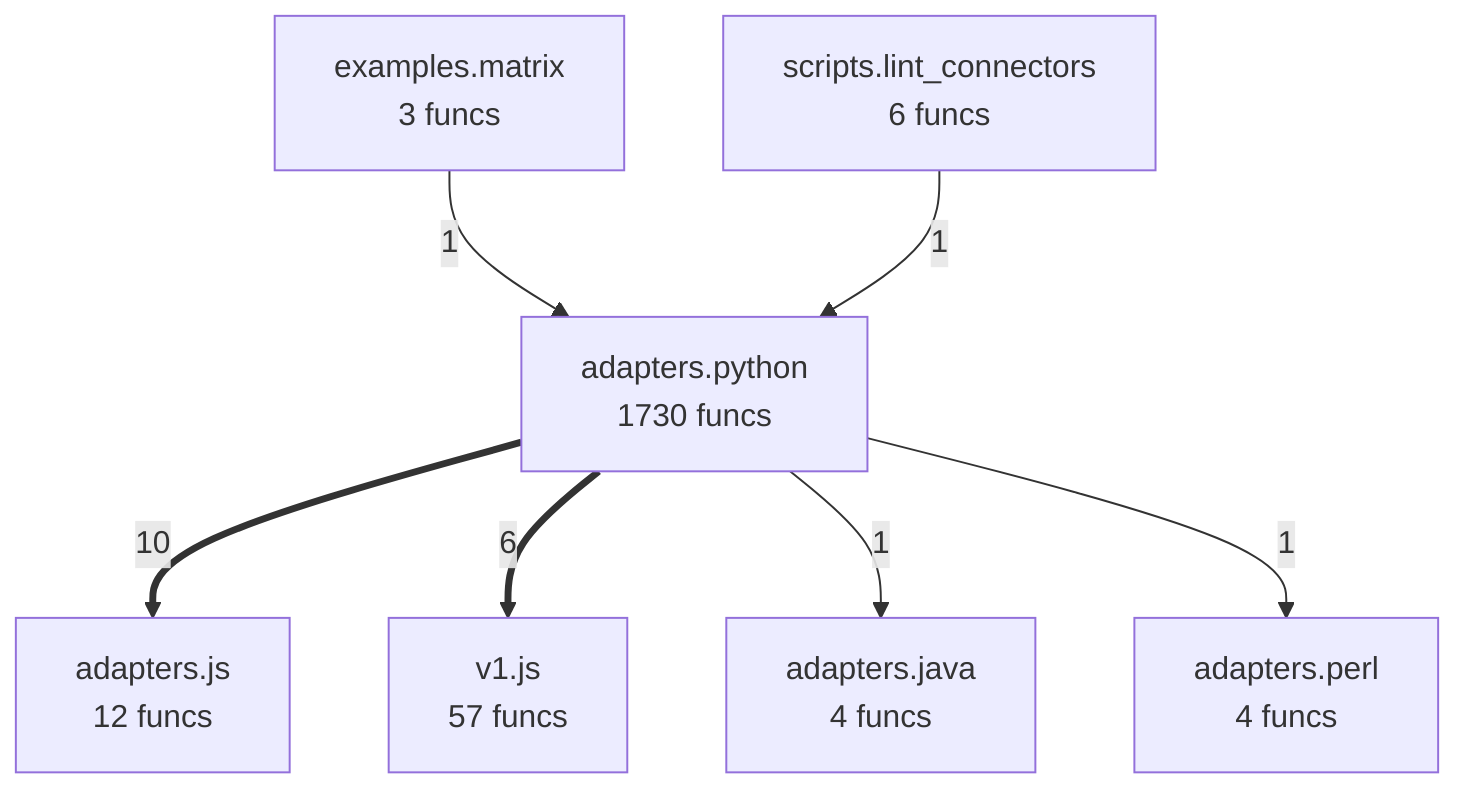
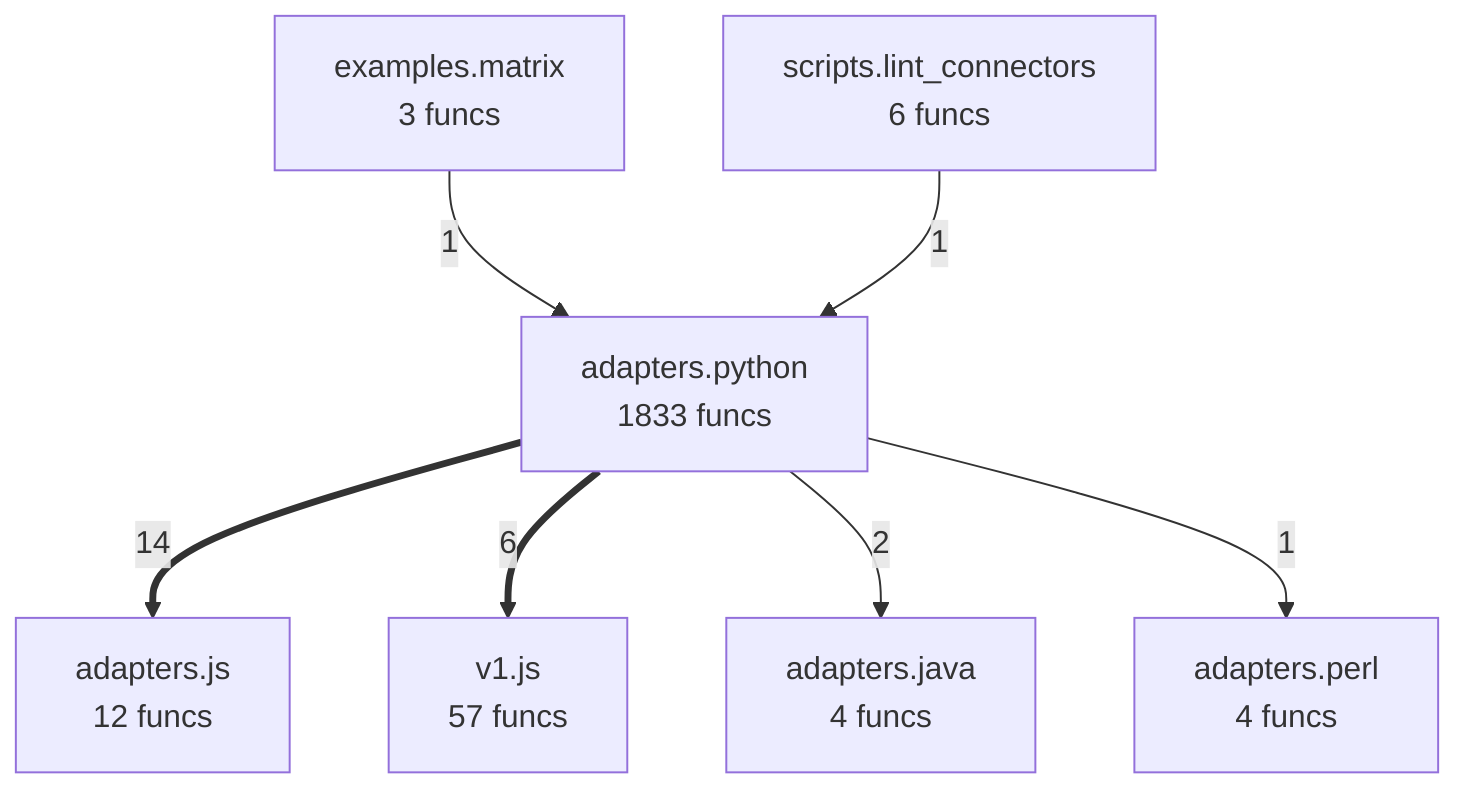
flowchart TD
- %% generated in 0.05s
+ %% generated in 0.04s
    adapters__java["adapters.java<br/>4 funcs"]
    adapters__js["adapters.js<br/>12 funcs"]
    adapters__perl["adapters.perl<br/>4 funcs"]
-     adapters__python["adapters.python<br/>1730 funcs"]
+     adapters__python["adapters.python<br/>1833 funcs"]
    examples__matrix["examples.matrix<br/>3 funcs"]
    scripts__lint_connectors["scripts.lint_connectors<br/>6 funcs"]
    v1__js["v1.js<br/>57 funcs"]
-     adapters__python ==>|10| adapters__js
+     adapters__python ==>|14| adapters__js
    adapters__python ==>|6| v1__js
+     adapters__python -->|2| adapters__java
    examples__matrix -->|1| adapters__python
    scripts__lint_connectors -->|1| adapters__python
-     adapters__python -->|1| adapters__java
    adapters__python -->|1| adapters__perl
